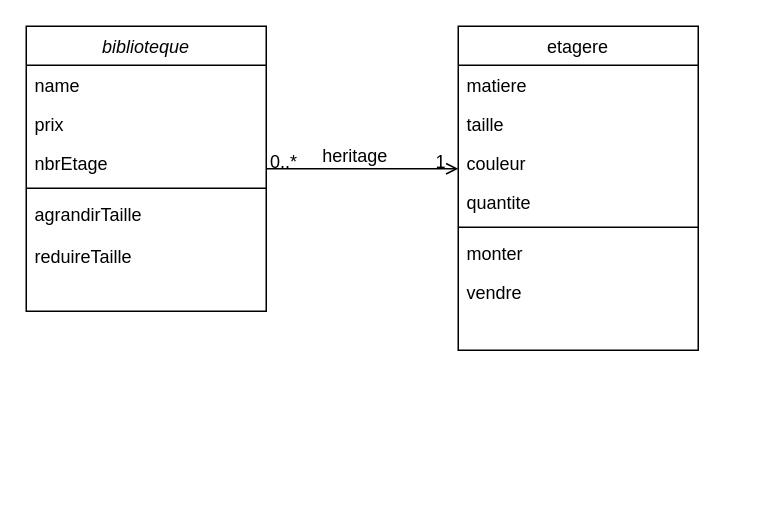
sanaaTeccart/test-2 keeps this draw.io diagram as Untitled Diagram.drawio. Above is the earlier version. Source tidied: cells renumbered, new cells numbered last; positions are measured from the earlier drawing's top-left corner, leaving out a move shared by most shapes. Both pictures are drawn from the tidied source at 150%, with x=0, y=0 at pixel (26, 26).
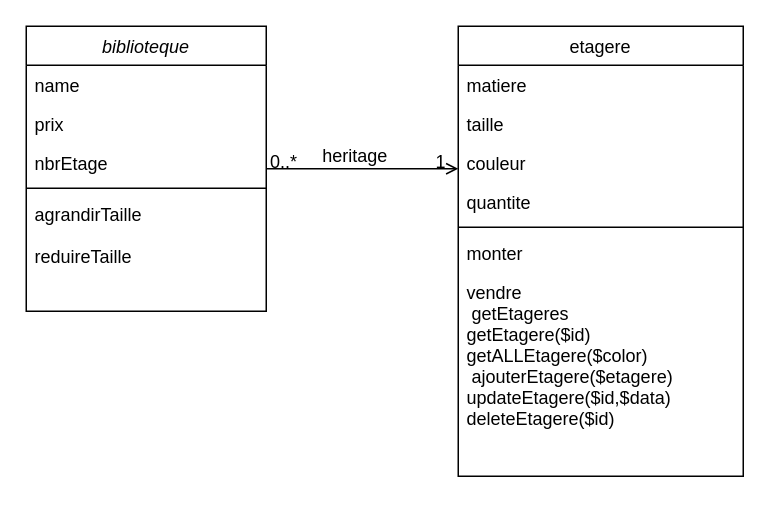
The same page after the edit.

The edit, as a diff of the source:
```diff
@@
     <mxCell id="8" value="etagere" style="swimlane;fontStyle=0;align=center;verticalAlign=top;horizontal=1;startSize=26;rounded=0;shadow=0;strokeWidth=1;" parent="1" vertex="1">
-      <mxGeometry x="288" width="160" height="216" as="geometry" />
+      <mxGeometry x="288" width="190" height="300" as="geometry" />
     </mxCell>
     <mxCell id="9" value="matiere" style="text;align=left;verticalAlign=top;spacingLeft=4;spacingRight=4;overflow=hidden;" parent="8" vertex="1">
-      <mxGeometry y="26" width="160" height="26" as="geometry" />
+      <mxGeometry y="26" width="190" height="26" as="geometry" />
     </mxCell>
     <mxCell id="10" value="taille" style="text;align=left;verticalAlign=top;spacingLeft=4;spacingRight=4;overflow=hidden;rounded=0;shadow=0;html=0;" parent="8" vertex="1">
-      <mxGeometry y="52" width="160" height="26" as="geometry" />
+      <mxGeometry y="52" width="190" height="26" as="geometry" />
     </mxCell>
     <mxCell id="11" value="couleur" style="text;align=left;verticalAlign=top;spacingLeft=4;spacingRight=4;overflow=hidden;rounded=0;shadow=0;html=0;" parent="8" vertex="1">
-      <mxGeometry y="78" width="160" height="26" as="geometry" />
+      <mxGeometry y="78" width="190" height="26" as="geometry" />
     </mxCell>
     <mxCell id="12" value="quantite" style="text;align=left;verticalAlign=top;spacingLeft=4;spacingRight=4;overflow=hidden;rounded=0;shadow=0;html=0;" parent="8" vertex="1">
-      <mxGeometry y="104" width="160" height="26" as="geometry" />
+      <mxGeometry y="104" width="190" height="26" as="geometry" />
     </mxCell>
     <mxCell id="13" style="line;html=1;strokeWidth=1;align=left;verticalAlign=middle;spacingTop=-1;spacingLeft=3;spacingRight=3;labelPosition=right;" parent="8" vertex="1">
-      <mxGeometry y="130" width="160" height="8" as="geometry" />
+      <mxGeometry y="130" width="190" height="8" as="geometry" />
     </mxCell>
     <mxCell id="14" value="monter" style="text;align=left;verticalAlign=top;spacingLeft=4;spacingRight=4;overflow=hidden;" parent="8" vertex="1">
-      <mxGeometry y="138" width="160" height="26" as="geometry" />
+      <mxGeometry y="138" width="190" height="26" as="geometry" />
     </mxCell>
-    <mxCell id="15" value="vendre" style="text;align=left;verticalAlign=top;spacingLeft=4;spacingRight=4;overflow=hidden;" parent="8" vertex="1">
-      <mxGeometry y="164" width="160" height="26" as="geometry" />
+    <mxCell id="15" value="vendre&#10; getEtageres&#10;getEtagere($id)&#10;getALLEtagere($color)&#10; ajouterEtagere($etagere)&#10;updateEtagere($id,$data)&#10;deleteEtagere($id)&#10;&#10;&#10;" style="text;align=left;verticalAlign=top;spacingLeft=4;spacingRight=4;overflow=hidden;" parent="8" vertex="1">
+      <mxGeometry y="164" width="190" height="136" as="geometry" />
     </mxCell>
```
